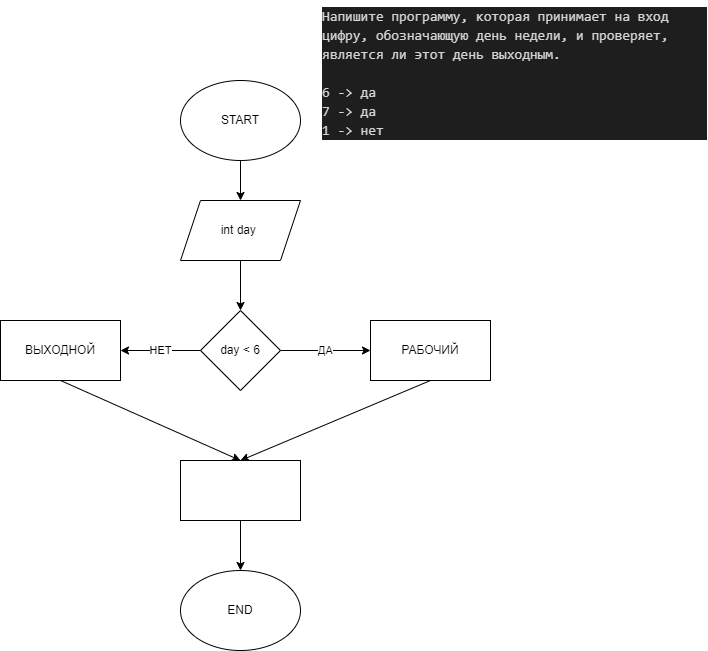
Before: Home_work2/Home_work2.2/PlanDiagram3.drawio.png, a diagram exported from draw.io (NordOST85/Lessons). Source tidied: cells renumbered, new cells last; positions are measured from the earlier drawing's top-left corner, leaving out a move shared by most shapes. The source it was exported from:
```xml
<mxGraphModel>
  <root>
    <mxCell id="0" />
    <mxCell id="1" parent="0" />
    <mxCell id="2" style="edgeStyle=none;html=1;exitX=0.5;exitY=1;exitDx=0;exitDy=0;entryX=0.5;entryY=0;entryDx=0;entryDy=0;" parent="1" edge="1" source="3" target="6">
      <mxGeometry relative="1" as="geometry" />
    </mxCell>
    <mxCell id="3" value="START" style="ellipse;whiteSpace=wrap;html=1;" parent="1" vertex="1">
      <mxGeometry x="180" y="80" width="120" height="80" as="geometry" />
    </mxCell>
    <mxCell id="4" value="&lt;div style=&quot;color: rgb(212, 212, 212); background-color: rgb(30, 30, 30); font-family: consolas, &amp;quot;courier new&amp;quot;, monospace; font-weight: normal; font-size: 14px; line-height: 19px;&quot;&gt;&lt;div&gt;&lt;span style=&quot;color: #d4d4d4&quot;&gt;Напишите программу, которая принимает на вход цифру, обозначающую день недели, и проверяет, является ли этот день выходным.&lt;/span&gt;&lt;/div&gt;&lt;br&gt;&lt;div&gt;&lt;span style=&quot;color: #d4d4d4&quot;&gt;6 -&amp;gt; да&lt;/span&gt;&lt;/div&gt;&lt;div&gt;&lt;span style=&quot;color: #d4d4d4&quot;&gt;7 -&amp;gt; да&lt;/span&gt;&lt;/div&gt;&lt;div&gt;&lt;span style=&quot;color: #d4d4d4&quot;&gt;1 -&amp;gt; нет&lt;/span&gt;&lt;/div&gt;&lt;/div&gt;" style="text;whiteSpace=wrap;html=1;" parent="1" vertex="1">
      <mxGeometry x="320" width="387" height="130" as="geometry" />
    </mxCell>
    <mxCell id="5" style="edgeStyle=none;html=1;exitX=0.5;exitY=1;exitDx=0;exitDy=0;entryX=0.5;entryY=0;entryDx=0;entryDy=0;" parent="1" edge="1" source="6" target="9">
      <mxGeometry relative="1" as="geometry" />
    </mxCell>
    <mxCell id="6" value="int day&amp;nbsp;" style="shape=parallelogram;perimeter=parallelogramPerimeter;whiteSpace=wrap;html=1;fixedSize=1;" parent="1" vertex="1">
      <mxGeometry x="180" y="200" width="120" height="60" as="geometry" />
    </mxCell>
    <mxCell id="7" value="ДА" style="edgeStyle=none;html=1;exitX=1;exitY=0.5;exitDx=0;exitDy=0;entryX=0;entryY=0.5;entryDx=0;entryDy=0;" parent="1" edge="1" source="9" target="13">
      <mxGeometry relative="1" as="geometry" />
    </mxCell>
    <mxCell id="8" value="НЕТ" style="edgeStyle=none;html=1;exitX=0;exitY=0.5;exitDx=0;exitDy=0;entryX=1;entryY=0.5;entryDx=0;entryDy=0;" parent="1" edge="1" source="9" target="11">
      <mxGeometry relative="1" as="geometry" />
    </mxCell>
    <mxCell id="9" value="day &amp;lt; 6" style="rhombus;whiteSpace=wrap;html=1;" parent="1" vertex="1">
      <mxGeometry x="200" y="310" width="80" height="80" as="geometry" />
    </mxCell>
    <mxCell id="10" style="edgeStyle=none;html=1;exitX=0.5;exitY=1;exitDx=0;exitDy=0;entryX=0.5;entryY=0;entryDx=0;entryDy=0;" parent="1" edge="1" source="11" target="15">
      <mxGeometry relative="1" as="geometry" />
    </mxCell>
    <mxCell id="11" value="ВЫХОДНОЙ" style="rounded=0;whiteSpace=wrap;html=1;" parent="1" vertex="1">
      <mxGeometry y="320" width="120" height="60" as="geometry" />
    </mxCell>
    <mxCell id="12" style="edgeStyle=none;html=1;exitX=0.5;exitY=1;exitDx=0;exitDy=0;entryX=0.5;entryY=0;entryDx=0;entryDy=0;" parent="1" edge="1" source="13" target="15">
      <mxGeometry relative="1" as="geometry" />
    </mxCell>
    <mxCell id="13" value="РАБОЧИЙ" style="rounded=0;whiteSpace=wrap;html=1;" parent="1" vertex="1">
      <mxGeometry x="370" y="320" width="120" height="60" as="geometry" />
    </mxCell>
    <mxCell id="14" style="edgeStyle=none;html=1;exitX=0.5;exitY=1;exitDx=0;exitDy=0;entryX=0.5;entryY=0;entryDx=0;entryDy=0;" parent="1" edge="1" source="15" target="16">
      <mxGeometry relative="1" as="geometry" />
    </mxCell>
    <mxCell id="15" style="rounded=0;whiteSpace=wrap;html=1;" parent="1" vertex="1">
      <mxGeometry x="180" y="460" width="120" height="60" as="geometry" />
    </mxCell>
    <mxCell id="16" value="END" style="ellipse;whiteSpace=wrap;html=1;" parent="1" vertex="1">
      <mxGeometry x="180" y="570" width="120" height="80" as="geometry" />
    </mxCell>
  </root>
</mxGraphModel>
```
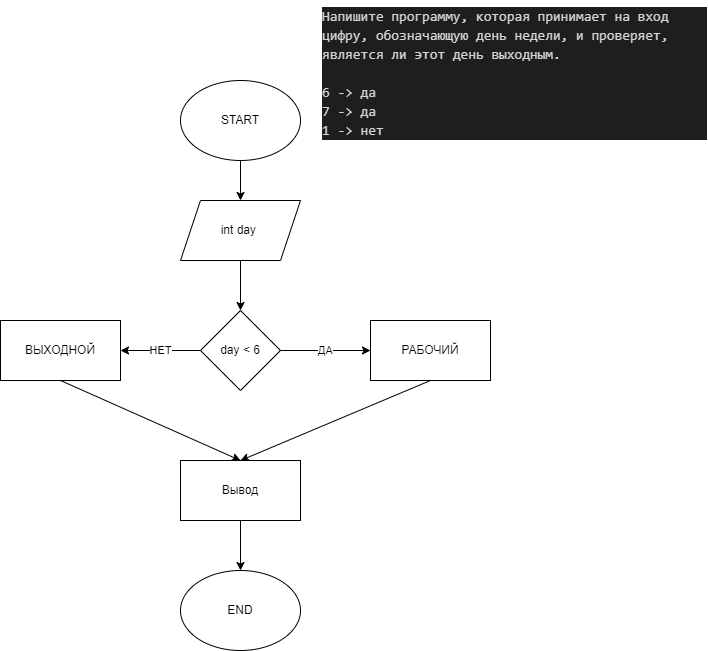
Later version of the same file.

The edit, as a diff of the source:
```diff
@@ -41,7 +41,7 @@
     <mxCell id="14" style="edgeStyle=none;html=1;exitX=0.5;exitY=1;exitDx=0;exitDy=0;entryX=0.5;entryY=0;entryDx=0;entryDy=0;" parent="1" edge="1" source="15" target="16">
       <mxGeometry relative="1" as="geometry" />
     </mxCell>
-    <mxCell id="15" style="rounded=0;whiteSpace=wrap;html=1;" parent="1" vertex="1">
+    <mxCell id="15" value="Вывод" style="rounded=0;whiteSpace=wrap;html=1;" parent="1" vertex="1">
       <mxGeometry x="180" y="460" width="120" height="60" as="geometry" />
     </mxCell>
     <mxCell id="16" value="END" style="ellipse;whiteSpace=wrap;html=1;" parent="1" vertex="1">
```
